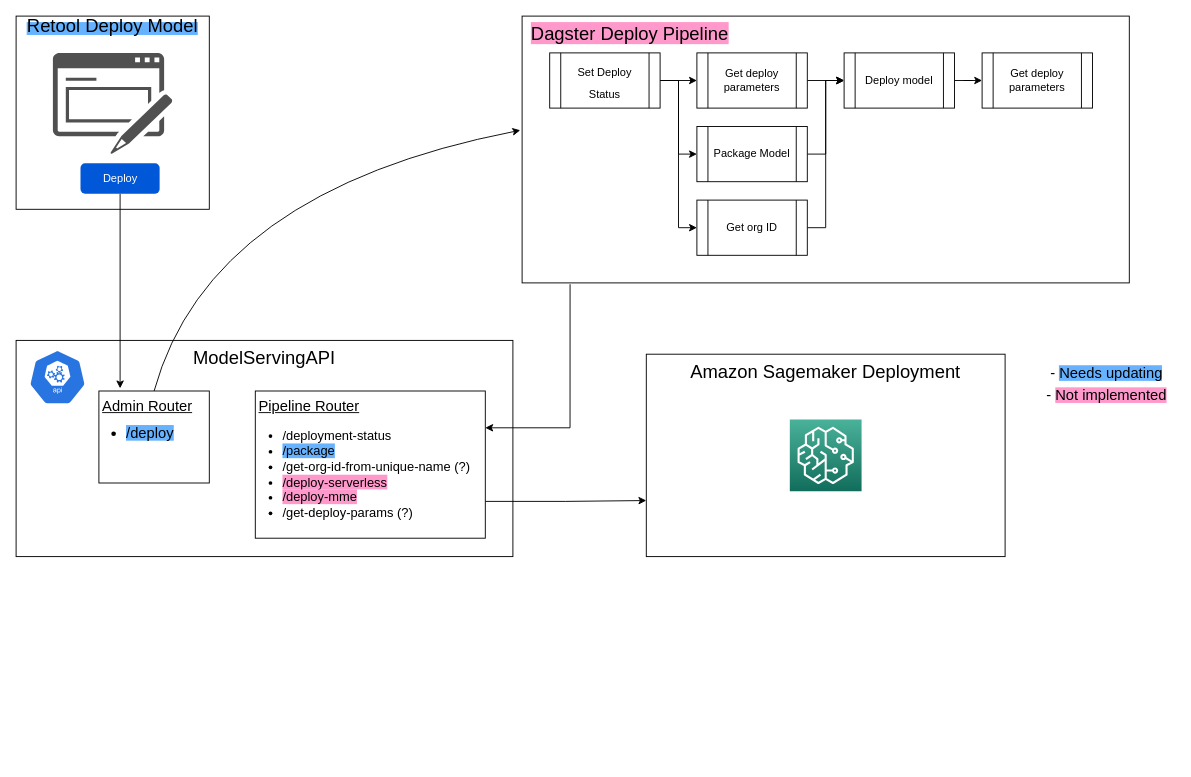
The draw.io diagram Sagemaker Deploy Pipeline.drawio in salinawu/algo_practice, before the edit. Source tidied: cells renumbered, new cells numbered last; positions are measured from the earlier drawing's top-left corner, leaving out a move shared by most shapes. Both pictures are drawn from the tidied source at 92%, with x=0, y=0 at pixel (16, 16).
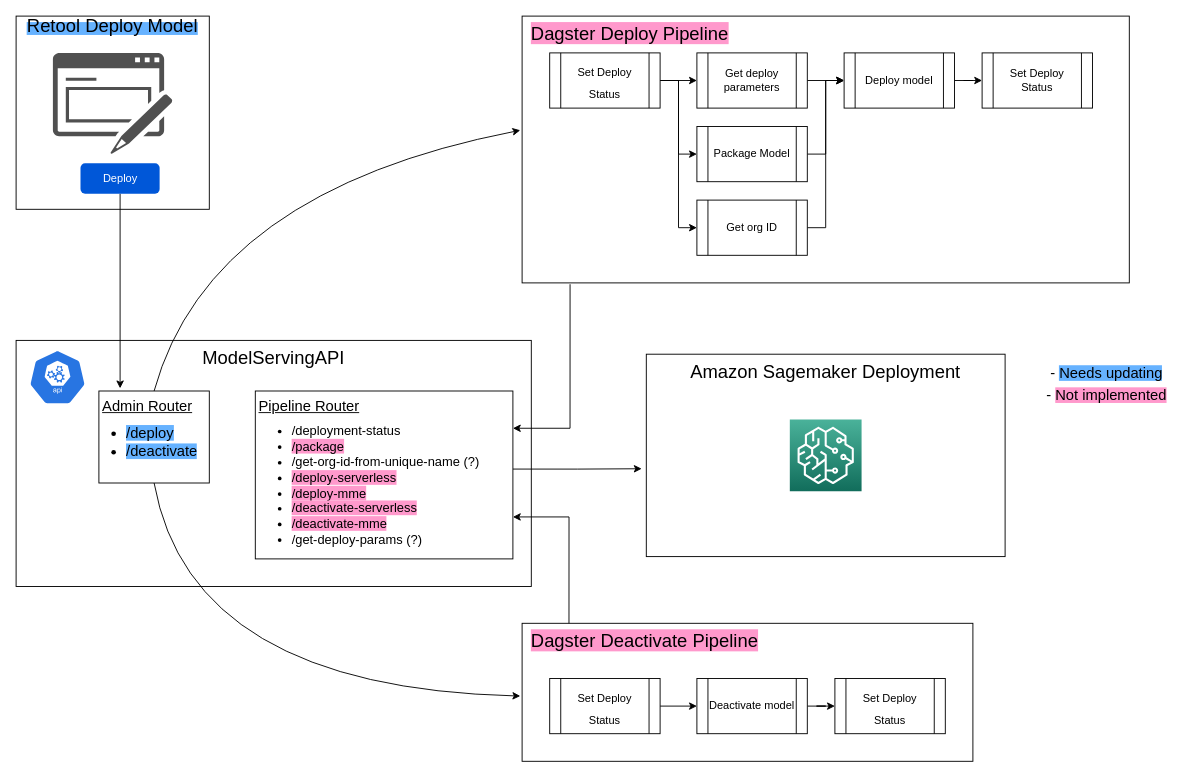
The same diagram, later.

The change refers to these unchanged cells:
```xml
<mxCell id="2" value="&lt;font style=&quot;font-size: 20px;&quot; color=&quot;#000000&quot;&gt;Amazon Sagemaker Deployment&lt;/font&gt;" style="rounded=0;whiteSpace=wrap;html=1;labelBackgroundColor=none;fontSize=12;fontColor=#FF66B3;strokeColor=#000000;strokeWidth=1;verticalAlign=top;" parent="1" vertex="1">
  <mxGeometry x="685" y="367.5" width="390" height="220" as="geometry" />
</mxCell>
<mxCell id="9" value="&lt;u&gt;Admin Router&lt;/u&gt;" style="rounded=0;whiteSpace=wrap;html=1;fontSize=16;verticalAlign=top;align=left;spacingLeft=2;" parent="1" vertex="1">
  <mxGeometry x="90" y="407.5" width="120" height="100" as="geometry" />
</mxCell>
<mxCell id="15" value="&lt;font style=&quot;font-size: 20px;&quot;&gt;Dagster Deploy Pipeline&lt;/font&gt;" style="rounded=0;whiteSpace=wrap;html=1;fontSize=14;strokeColor=#000000;strokeWidth=1;verticalAlign=top;align=left;spacingLeft=8;labelBackgroundColor=#FF99CC;" parent="1" vertex="1">
  <mxGeometry x="550" width="660" height="290" as="geometry" />
</mxCell>
```

The edit, as a diff of the source:
```diff
@@
     <mxCell id="3" value="ModelServingAPI" style="rounded=0;whiteSpace=wrap;html=1;fontSize=20;verticalAlign=top;" parent="1" vertex="1">
-      <mxGeometry y="352.5" width="540" height="235" as="geometry" />
+      <mxGeometry y="352.5" width="560" height="267.5" as="geometry" />
     </mxCell>
@@
-    <mxCell id="10" value="&lt;ul&gt;&lt;li&gt;&lt;span style=&quot;background-color: rgb(102, 178, 255);&quot;&gt;/deploy&lt;/span&gt;&lt;/li&gt;&lt;/ul&gt;" style="text;strokeColor=none;fillColor=none;html=1;whiteSpace=wrap;verticalAlign=middle;overflow=hidden;fontSize=16;spacing=0;horizontal=1;strokeWidth=0;" parent="1" vertex="1">
-      <mxGeometry x="80" y="412.5" width="130" height="80" as="geometry" />
+    <mxCell id="10" value="&lt;ul&gt;&lt;li&gt;&lt;span style=&quot;background-color: rgb(102, 178, 255);&quot;&gt;/deploy&lt;/span&gt;&lt;/li&gt;&lt;li&gt;&lt;span style=&quot;background-color: rgb(102, 178, 255);&quot;&gt;/deactivate&lt;/span&gt;&lt;/li&gt;&lt;/ul&gt;" style="text;strokeColor=none;fillColor=none;html=1;whiteSpace=wrap;verticalAlign=middle;overflow=hidden;fontSize=16;spacing=0;horizontal=1;strokeWidth=0;" parent="1" vertex="1">
+      <mxGeometry x="80" y="422.5" width="130" height="80" as="geometry" />
     </mxCell>
-    <mxCell id="11" style="edgeStyle=orthogonalEdgeStyle;rounded=0;jettySize=auto;html=1;exitX=1;exitY=0.75;exitDx=0;exitDy=0;entryX=0;entryY=0.723;entryDx=0;entryDy=0;entryPerimeter=0;fontSize=20;fontColor=#000000;" parent="1" edge="1" source="12" target="2">
-      <mxGeometry relative="1" as="geometry" />
+    <mxCell id="11" style="edgeStyle=orthogonalEdgeStyle;rounded=0;jettySize=auto;html=1;exitX=0.998;exitY=0.465;exitDx=0;exitDy=0;fontSize=20;fontColor=#000000;exitPerimeter=0;" parent="1" edge="1" source="12">
+      <mxGeometry relative="1" as="geometry">
+        <mxPoint x="680" y="492" as="targetPoint" />
+      </mxGeometry>
     </mxCell>
     <mxCell id="12" value="&lt;u&gt;Pipeline Router&lt;/u&gt;" style="rounded=0;whiteSpace=wrap;html=1;fontSize=16;strokeWidth=1;spacingLeft=2;verticalAlign=top;align=left;strokeColor=#000000;" parent="1" vertex="1">
-      <mxGeometry x="260" y="407.5" width="250" height="160" as="geometry" />
+      <mxGeometry x="260" y="407.5" width="280" height="182.5" as="geometry" />
     </mxCell>
-    <mxCell id="13" value="&lt;ul style=&quot;font-size: 14px;&quot;&gt;&lt;li&gt;/deployment-status&lt;/li&gt;&lt;li&gt;&lt;span style=&quot;background-color: rgb(102, 178, 255);&quot;&gt;/package&lt;/span&gt;&lt;/li&gt;&lt;li&gt;/get-org-id-from-unique-name (?)&lt;/li&gt;&lt;li&gt;&lt;span style=&quot;background-color: rgb(255, 153, 204);&quot;&gt;/deploy-serverless&lt;/span&gt;&lt;/li&gt;&lt;li&gt;&lt;span style=&quot;background-color: rgb(255, 153, 204);&quot;&gt;/deploy-mme&lt;/span&gt;&lt;/li&gt;&lt;li&gt;/get-deploy-params (?)&lt;/li&gt;&lt;/ul&gt;" style="text;strokeColor=none;fillColor=none;html=1;whiteSpace=wrap;verticalAlign=middle;overflow=hidden;fontSize=16;spacing=0;horizontal=1;strokeWidth=0;" parent="1" vertex="1">
-      <mxGeometry x="250" y="407.5" width="250" height="180" as="geometry" />
+    <mxCell id="13" value="&lt;ul style=&quot;font-size: 14px;&quot;&gt;&lt;li&gt;/deployment-status&lt;/li&gt;&lt;li&gt;&lt;span style=&quot;background-color: rgb(255, 153, 204);&quot;&gt;/package&lt;/span&gt;&lt;/li&gt;&lt;li&gt;/get-org-id-from-unique-name (?)&lt;/li&gt;&lt;li&gt;&lt;span style=&quot;background-color: rgb(255, 153, 204);&quot;&gt;/deploy-serverless&lt;/span&gt;&lt;/li&gt;&lt;li&gt;&lt;span style=&quot;background-color: rgb(255, 153, 204);&quot;&gt;/deploy-mme&lt;/span&gt;&lt;/li&gt;&lt;li&gt;&lt;span style=&quot;background-color: rgb(255, 153, 204);&quot;&gt;/deactivate-serverless&lt;/span&gt;&lt;/li&gt;&lt;li&gt;&lt;span style=&quot;background-color: rgb(255, 153, 204);&quot;&gt;/deactivate-mme&lt;/span&gt;&lt;/li&gt;&lt;li&gt;/get-deploy-params (?)&lt;/li&gt;&lt;/ul&gt;" style="text;strokeColor=none;fillColor=none;html=1;whiteSpace=wrap;verticalAlign=middle;overflow=hidden;fontSize=16;spacing=0;horizontal=1;strokeWidth=0;" parent="1" vertex="1">
+      <mxGeometry x="260" y="420" width="250" height="180" as="geometry" />
     </mxCell>
-    <mxCell id="14" style="edgeStyle=orthogonalEdgeStyle;rounded=0;jettySize=auto;html=1;entryX=1;entryY=0.25;entryDx=0;entryDy=0;fontSize=20;fontColor=#000000;exitX=0.079;exitY=1.005;exitDx=0;exitDy=0;exitPerimeter=0;" parent="1" edge="1" source="15" target="12">
+    <mxCell id="14" style="edgeStyle=orthogonalEdgeStyle;rounded=0;jettySize=auto;html=1;fontSize=20;fontColor=#000000;exitX=0.079;exitY=1.005;exitDx=0;exitDy=0;exitPerimeter=0;" parent="1" edge="1" source="15" target="12">
       <mxGeometry relative="1" as="geometry">
         <Array as="points">
           <mxPoint x="602" y="448" />
         </Array>
       </mxGeometry>
     </mxCell>
@@
-    <mxCell id="29" value="Get deploy parameters" style="shape=process;whiteSpace=wrap;html=1;backgroundOutline=1;fontSize=12;strokeColor=#000000;strokeWidth=1;" parent="1" vertex="1">
+    <mxCell id="29" value="Set Deploy Status" style="shape=process;whiteSpace=wrap;html=1;backgroundOutline=1;fontSize=12;strokeColor=#000000;strokeWidth=1;" parent="1" vertex="1">
       <mxGeometry x="1050" y="40" width="120" height="60" as="geometry" />
     </mxCell>
@@
+    <mxCell id="32" style="edgeStyle=orthogonalEdgeStyle;rounded=0;jettySize=auto;html=1;entryX=1;entryY=0.75;entryDx=0;entryDy=0;fontSize=16;fontColor=#000000;exitX=0.104;exitY=0.005;exitDx=0;exitDy=0;exitPerimeter=0;" parent="1" edge="1" source="33" target="12">
+      <mxGeometry relative="1" as="geometry" />
+    </mxCell>
+    <mxCell id="33" value="&lt;font style=&quot;font-size: 20px;&quot;&gt;Dagster Deactivate Pipeline&lt;/font&gt;" style="rounded=0;whiteSpace=wrap;html=1;fontSize=14;strokeColor=#000000;strokeWidth=1;verticalAlign=top;align=left;spacingLeft=8;labelBackgroundColor=#FF99CC;" parent="1" vertex="1">
+      <mxGeometry x="550" y="660" width="490" height="150" as="geometry" />
+    </mxCell>
+    <mxCell id="34" style="edgeStyle=orthogonalEdgeStyle;rounded=0;jettySize=auto;html=1;fontSize=16;fontColor=#000000;" parent="1" edge="1" source="35" target="37">
+      <mxGeometry relative="1" as="geometry" />
+    </mxCell>
+    <mxCell id="35" value="&lt;font style=&quot;font-size: 12px;&quot;&gt;Set Deploy Status&lt;/font&gt;" style="shape=process;whiteSpace=wrap;html=1;backgroundOutline=1;fontSize=20;strokeColor=#000000;strokeWidth=1;" parent="1" vertex="1">
+      <mxGeometry x="580" y="720" width="120" height="60" as="geometry" />
+    </mxCell>
+    <mxCell id="36" style="edgeStyle=orthogonalEdgeStyle;rounded=0;jettySize=auto;html=1;entryX=0;entryY=0.5;entryDx=0;entryDy=0;fontSize=16;fontColor=#000000;" parent="1" edge="1" source="37" target="38">
+      <mxGeometry relative="1" as="geometry" />
+    </mxCell>
+    <mxCell id="37" value="Deactivate model" style="shape=process;whiteSpace=wrap;html=1;backgroundOutline=1;fontSize=12;strokeColor=#000000;strokeWidth=1;" parent="1" vertex="1">
+      <mxGeometry x="740" y="720" width="120" height="60" as="geometry" />
+    </mxCell>
+    <mxCell id="38" value="&lt;font style=&quot;font-size: 12px;&quot;&gt;Set Deploy Status&lt;/font&gt;" style="shape=process;whiteSpace=wrap;html=1;backgroundOutline=1;fontSize=20;strokeColor=#000000;strokeWidth=1;" parent="1" vertex="1">
+      <mxGeometry x="890" y="720" width="120" height="60" as="geometry" />
+    </mxCell>
+    <mxCell id="39" style="curved=1;endArrow=classic;html=1;rounded=0;fontSize=16;fontColor=#000000;exitX=0.5;exitY=1;exitDx=0;exitDy=0;entryX=-0.004;entryY=0.527;entryDx=0;entryDy=0;entryPerimeter=0;" parent="1" edge="1" source="9" target="33">
+      <mxGeometry relative="1" as="geometry">
+        <Array as="points">
+          <mxPoint x="190" y="730" />
+        </Array>
+      </mxGeometry>
+    </mxCell>
```
